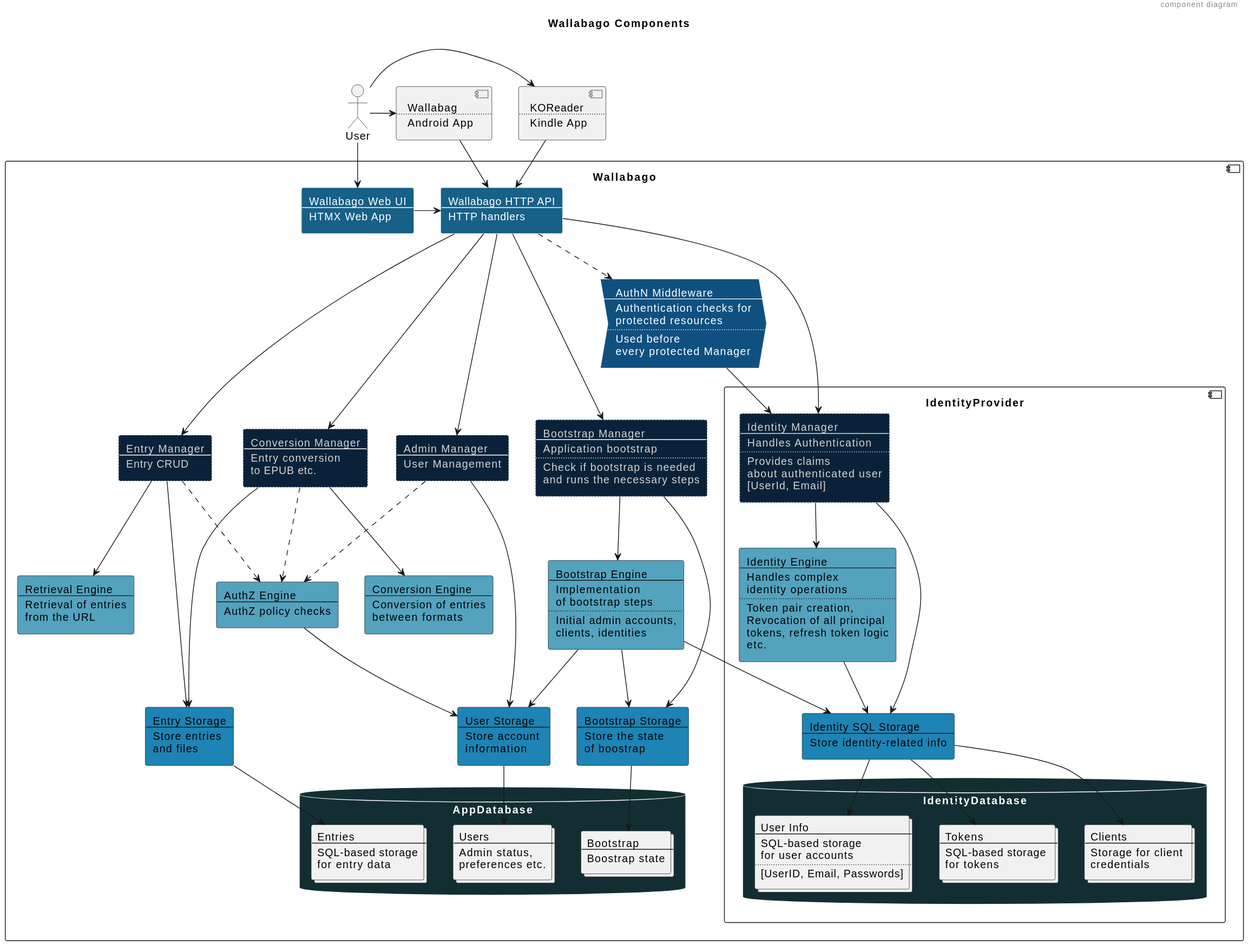
xomiachuna/wallabago keeps this PlantUML diagram as docs/diagrams/dist/architecture-components.svg. Above is the earlier version.
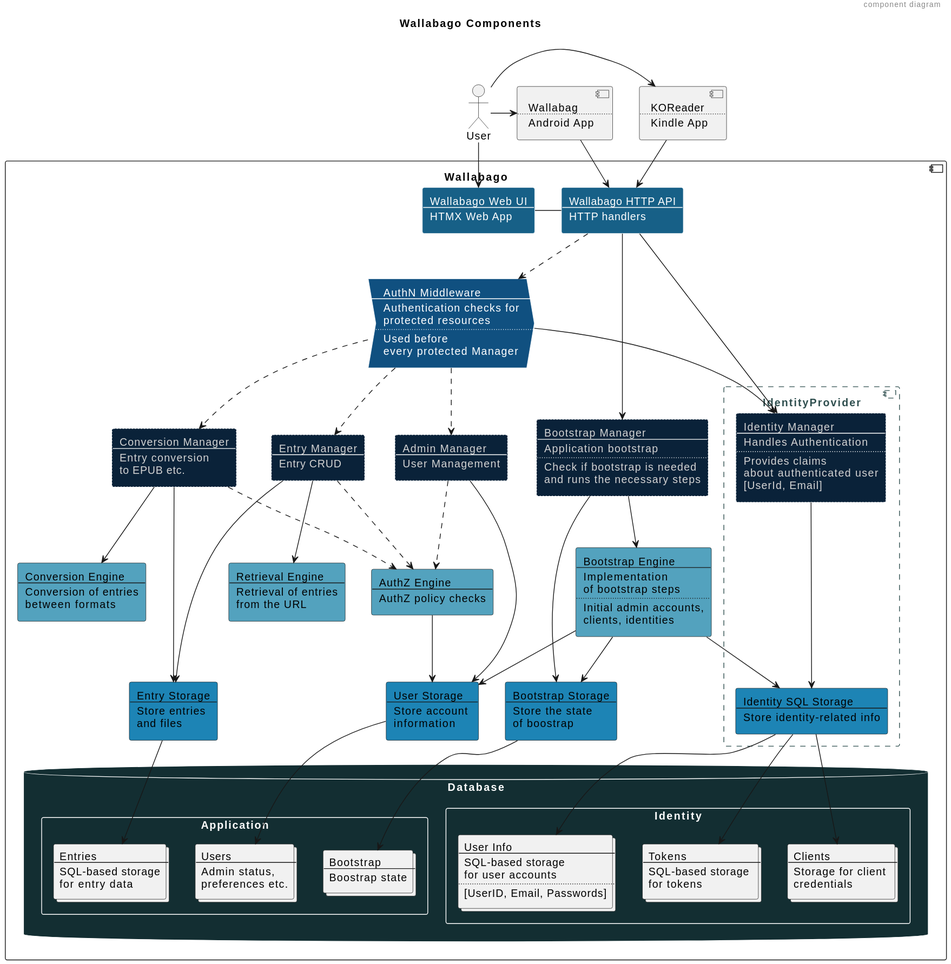
The same file after the commit.

Commit message:
docs: Update architecture diagram to better reflect the design

Change to the diagram source:
```diff
@@ -133,57 +133,30 @@
     ]
 
 
-    database AppDatabase #$Persistence {
-        collections Users [
-            Users
-            ----
-            Admin status,
-            preferences etc.
-        ]
+    database Database #$Persistence {
+        rectangle Application #$Persistence {
+            collections Users [
+                Users
+                ----
+                Admin status,
+                preferences etc.
+            ]
 
-        collections Entries [
-            Entries
-            ----
-            SQL-based storage
-            for entry data
-        ]
+            collections Entries [
+                Entries
+                ----
+                SQL-based storage
+                for entry data
+            ]
 
-        collections Boostrap [
-            Bootstrap
-            ----
-            Boostrap state
-        ]
-    }
-    component IdentityProvider {
-        rectangle IdentityManager #$Manager [
-            Identity Manager
-            ----
-            Handles Authentication
-            ....
-            Provides claims
-            about authenticated user
-            [UserId, Email]
-        ]
+            collections Boostrap [
+                Bootstrap
+                ----
+                Boostrap state
+            ]
+        }
 
-        rectangle IdentityEngine #$Engine [
-            Identity Engine
-            ----
-            Handles complex
-            identity operations
-            ....
-            Token pair creation,
-            Revocation of all principal
-            tokens, refresh token logic
-            etc.
-        ]
-
-        rectangle IdentityStorage #$Storage [
-            Identity SQL Storage
-            ----
-            Store identity-related info
-        ]
-
-        database IdentityDatabase #$Persistence {
+        rectangle Identity #$Persistence {
             collections UserInfo [
                 User Info
                 ----
@@ -207,6 +180,26 @@
                 credentials
             ]
         }
+
+    }
+
+    component IdentityProvider #line.dashed;line:darkslategray;text:darkslategray{
+        rectangle IdentityManager #$Manager [
+            Identity Manager
+            ----
+            Handles Authentication
+            ....
+            Provides claims
+            about authenticated user
+            [UserId, Email]
+        ]
+
+        rectangle IdentityStorage #$Storage [
+            Identity SQL Storage
+            ----
+            Store identity-related info
+        ]
+
     }
 }
 
@@ -216,16 +209,16 @@
 User --> WebUI
 User -> WallabagAndroid
 WallabagAndroid --> HTTPAPI
-WebUI -> HTTPAPI
+WebUI - HTTPAPI
 
 HTTPAPI ..> AuthNMiddleware
 HTTPAPI ---> IdentityManager
-HTTPAPI ---> AdminManager
-HTTPAPI ---> ConversionManager
-HTTPAPI ---> EntryManager
 HTTPAPI ---> BootstrapManager
 
 AuthNMiddleware --> IdentityManager
+AuthNMiddleware ..> EntryManager
+AuthNMiddleware ..> ConversionManager
+AuthNMiddleware ..> AdminManager
 
 BootstrapManager ---> BootstrapStorage
 BootstrapManager --> BootstrapEngine
@@ -251,9 +244,7 @@
 UserStorage --> Users
 
 
-IdentityManager --> IdentityEngine
 IdentityManager ---> IdentityStorage
-IdentityEngine --> IdentityStorage
 IdentityStorage --> UserInfo
 IdentityStorage --> Clients
 IdentityStorage --> Tokens
```
